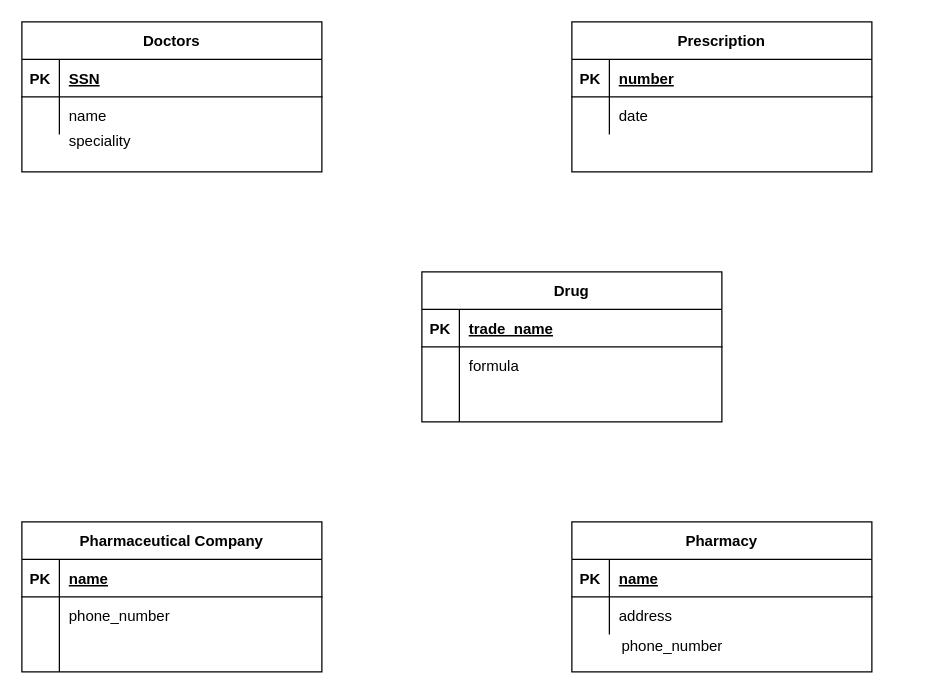
Above: Untitled Diagram.drawio in anureetkaur99/programming_fundamentals (draw.io), before the change. Source tidied: cells renumbered, new cells numbered last; positions are measured from the earlier drawing's top-left corner, leaving out a move shared by most shapes. Both pictures are drawn from the tidied source at 125%, with x=0, y=0 at pixel (21, 21).
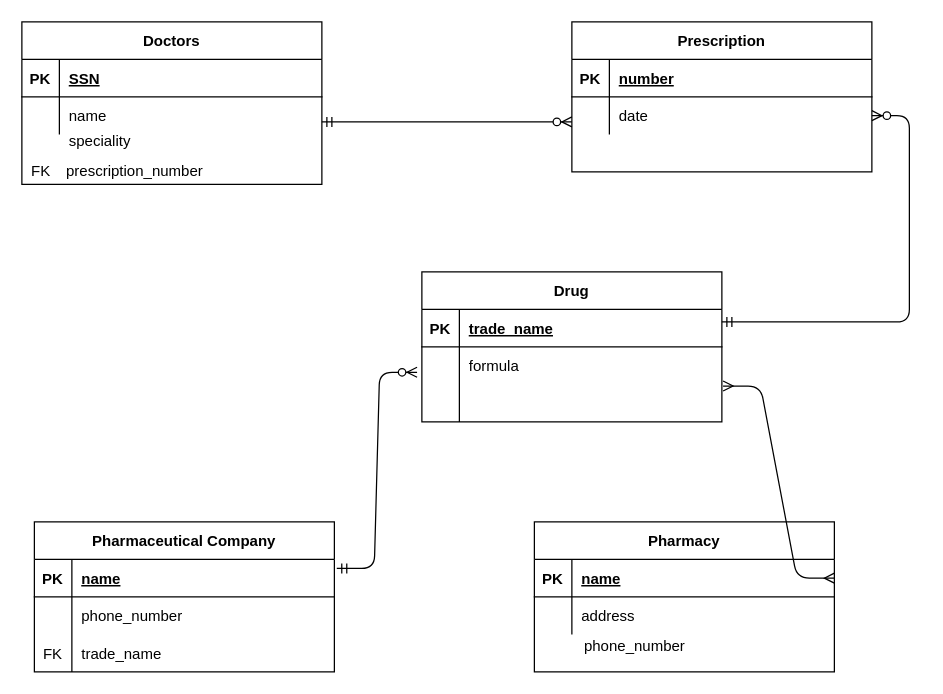
Above is the later version.

Unchanged cells that the change refers to:
```xml
<mxCell id="3" style="shape=partialRectangle;fillColor=none;points=[[0,0.5],[1,0.5]];portConstraint=eastwest;top=0;left=0;right=0;bottom=1;" parent="2" vertex="1">
  <mxGeometry y="30" width="240" height="30" as="geometry" />
</mxCell>
<mxCell id="9" style="shape=partialRectangle;fillColor=none;top=0;left=0;right=0;bottom=0;" parent="2" vertex="1">
  <mxGeometry y="90" width="240" height="30" as="geometry" />
</mxCell>
<mxCell id="16" style="shape=partialRectangle;fillColor=none;points=[[0,0.5],[1,0.5]];portConstraint=eastwest;top=0;left=0;right=0;bottom=0;" parent="12" vertex="1">
  <mxGeometry y="60" width="240" height="30" as="geometry" />
</mxCell>
<mxCell id="19" style="shape=partialRectangle;fillColor=none;points=[[0,0.5],[1,0.5]];portConstraint=eastwest;top=0;left=0;right=0;bottom=0;" parent="12" vertex="1">
  <mxGeometry y="90" width="240" height="30" as="geometry" />
</mxCell>
<mxCell id="31" style="shape=partialRectangle;fillColor=none;points=[[0,0.5],[1,0.5]];portConstraint=eastwest;top=0;left=0;right=0;bottom=1;" parent="30" vertex="1">
  <mxGeometry y="30" width="240" height="30" as="geometry" />
</mxCell>
<mxCell id="41" style="shape=partialRectangle;fillColor=none;points=[[0,0.5],[1,0.5]];portConstraint=eastwest;top=0;left=0;right=0;bottom=0;" parent="37" vertex="1">
  <mxGeometry y="60" width="240" height="30" as="geometry" />
</mxCell>
```

Change to the diagram source:
```diff
@@
     <mxCell id="2" value="Pharmaceutical Company" style="shape=table;startSize=30;childLayout=tableLayout;rowLines=0;fontStyle=1;align=center;" parent="1" vertex="1">
-      <mxGeometry y="400" width="240" height="120" as="geometry" />
+      <mxGeometry x="10" y="400" width="240" height="120" as="geometry" />
     </mxCell>
@@
-    <mxCell id="10" style="shape=partialRectangle;overflow=hidden;fillColor=none;top=0;left=0;bottom=0;right=0;" parent="9" vertex="1">
+    <mxCell id="10" value="FK" style="shape=partialRectangle;overflow=hidden;fillColor=none;top=0;left=0;bottom=0;right=0;" parent="9" vertex="1">
       <mxGeometry width="30" height="30" as="geometry" />
     </mxCell>
-    <mxCell id="11" style="shape=partialRectangle;overflow=hidden;fillColor=none;top=0;left=0;bottom=0;right=0;align=left;spacingLeft=6;" parent="9" vertex="1">
+    <mxCell id="11" value="trade_name" style="shape=partialRectangle;overflow=hidden;fillColor=none;top=0;left=0;bottom=0;right=0;align=left;spacingLeft=6;" parent="9" vertex="1">
       <mxGeometry x="30" width="210" height="30" as="geometry" />
     </mxCell>
@@
     <mxCell id="22" value="Doctors" style="shape=table;startSize=30;childLayout=tableLayout;rowLines=0;fontStyle=1;align=center;" parent="1" vertex="1">
-      <mxGeometry width="240" height="120" as="geometry" />
+      <mxGeometry width="240" height="130" as="geometry" />
     </mxCell>
@@
     <mxCell id="30" value="Pharmacy" style="shape=table;startSize=30;childLayout=tableLayout;rowLines=0;fontStyle=1;align=center;" parent="1" vertex="1">
-      <mxGeometry x="440" y="400" width="240" height="120" as="geometry" />
+      <mxGeometry x="410" y="400" width="240" height="120" as="geometry" />
     </mxCell>
@@
     <mxCell id="44" value="phone_number" style="text;html=1;align=center;verticalAlign=middle;" parent="1" vertex="1">
-      <mxGeometry x="470" y="490" width="100" height="20" as="geometry" />
+      <mxGeometry x="440" y="490" width="100" height="20" as="geometry" />
     </mxCell>
+    <mxCell id="45" style="edgeStyle=entityRelationEdgeStyle;fontSize=12;html=1;endArrow=ERzeroToMany;startArrow=ERmandOne;entryX=0;entryY=0.667;entryDx=0;entryDy=0;entryPerimeter=0;" parent="1" edge="1" target="41">
+      <mxGeometry relative="1" as="geometry">
+        <mxPoint x="240" y="80" as="sourcePoint" />
+      </mxGeometry>
+    </mxCell>
+    <mxCell id="46" value="prescription_number" style="text;html=1;align=center;verticalAlign=middle;" parent="1" vertex="1">
+      <mxGeometry x="30" y="110" width="120" height="20" as="geometry" />
+    </mxCell>
+    <mxCell id="47" value="FK" style="text;html=1;align=center;verticalAlign=middle;" parent="1" vertex="1">
+      <mxGeometry y="110" width="30" height="20" as="geometry" />
+    </mxCell>
+    <mxCell id="48" style="edgeStyle=entityRelationEdgeStyle;fontSize=12;html=1;endArrow=ERzeroToMany;startArrow=ERmandOne;entryX=-0.016;entryY=0.677;entryDx=0;entryDy=0;entryPerimeter=0;exitX=1.008;exitY=0.24;exitDx=0;exitDy=0;exitPerimeter=0;" parent="1" edge="1" source="3" target="16">
+      <mxGeometry relative="1" as="geometry" />
+    </mxCell>
+    <mxCell id="49" style="edgeStyle=entityRelationEdgeStyle;fontSize=12;html=1;endArrow=ERzeroToMany;startArrow=ERmandOne;" parent="1" edge="1" target="41">
+      <mxGeometry relative="1" as="geometry">
+        <mxPoint x="560" y="240" as="sourcePoint" />
+      </mxGeometry>
+    </mxCell>
+    <mxCell id="50" style="edgeStyle=entityRelationEdgeStyle;fontSize=12;html=1;endArrow=ERmany;startArrow=ERmany;entryX=1.004;entryY=0.045;entryDx=0;entryDy=0;entryPerimeter=0;exitX=1;exitY=0.5;exitDx=0;exitDy=0;" parent="1" edge="1" source="31" target="19">
+      <mxGeometry relative="1" as="geometry" />
+    </mxCell>
```
